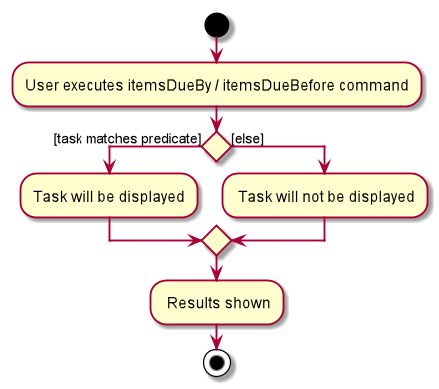
Earlier version of the PlantUML export docs/images/filterFunction/FilterActivityDiagram.png (urieltan/tp).
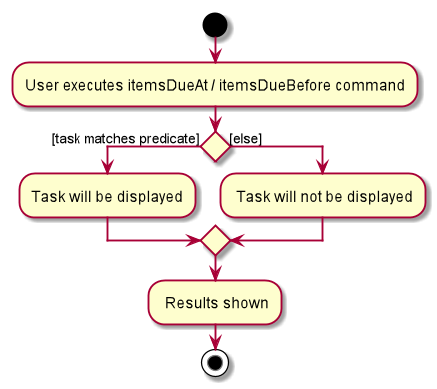
After the commit.

Change to the diagram source:
```diff
@@ -1,6 +1,6 @@
 @startuml
 start
-:User executes itemsDueBy / itemsDueBefore command;
+:User executes itemsDueAt / itemsDueBefore command;
 
 
 if () then ([task matches predicate])
```
